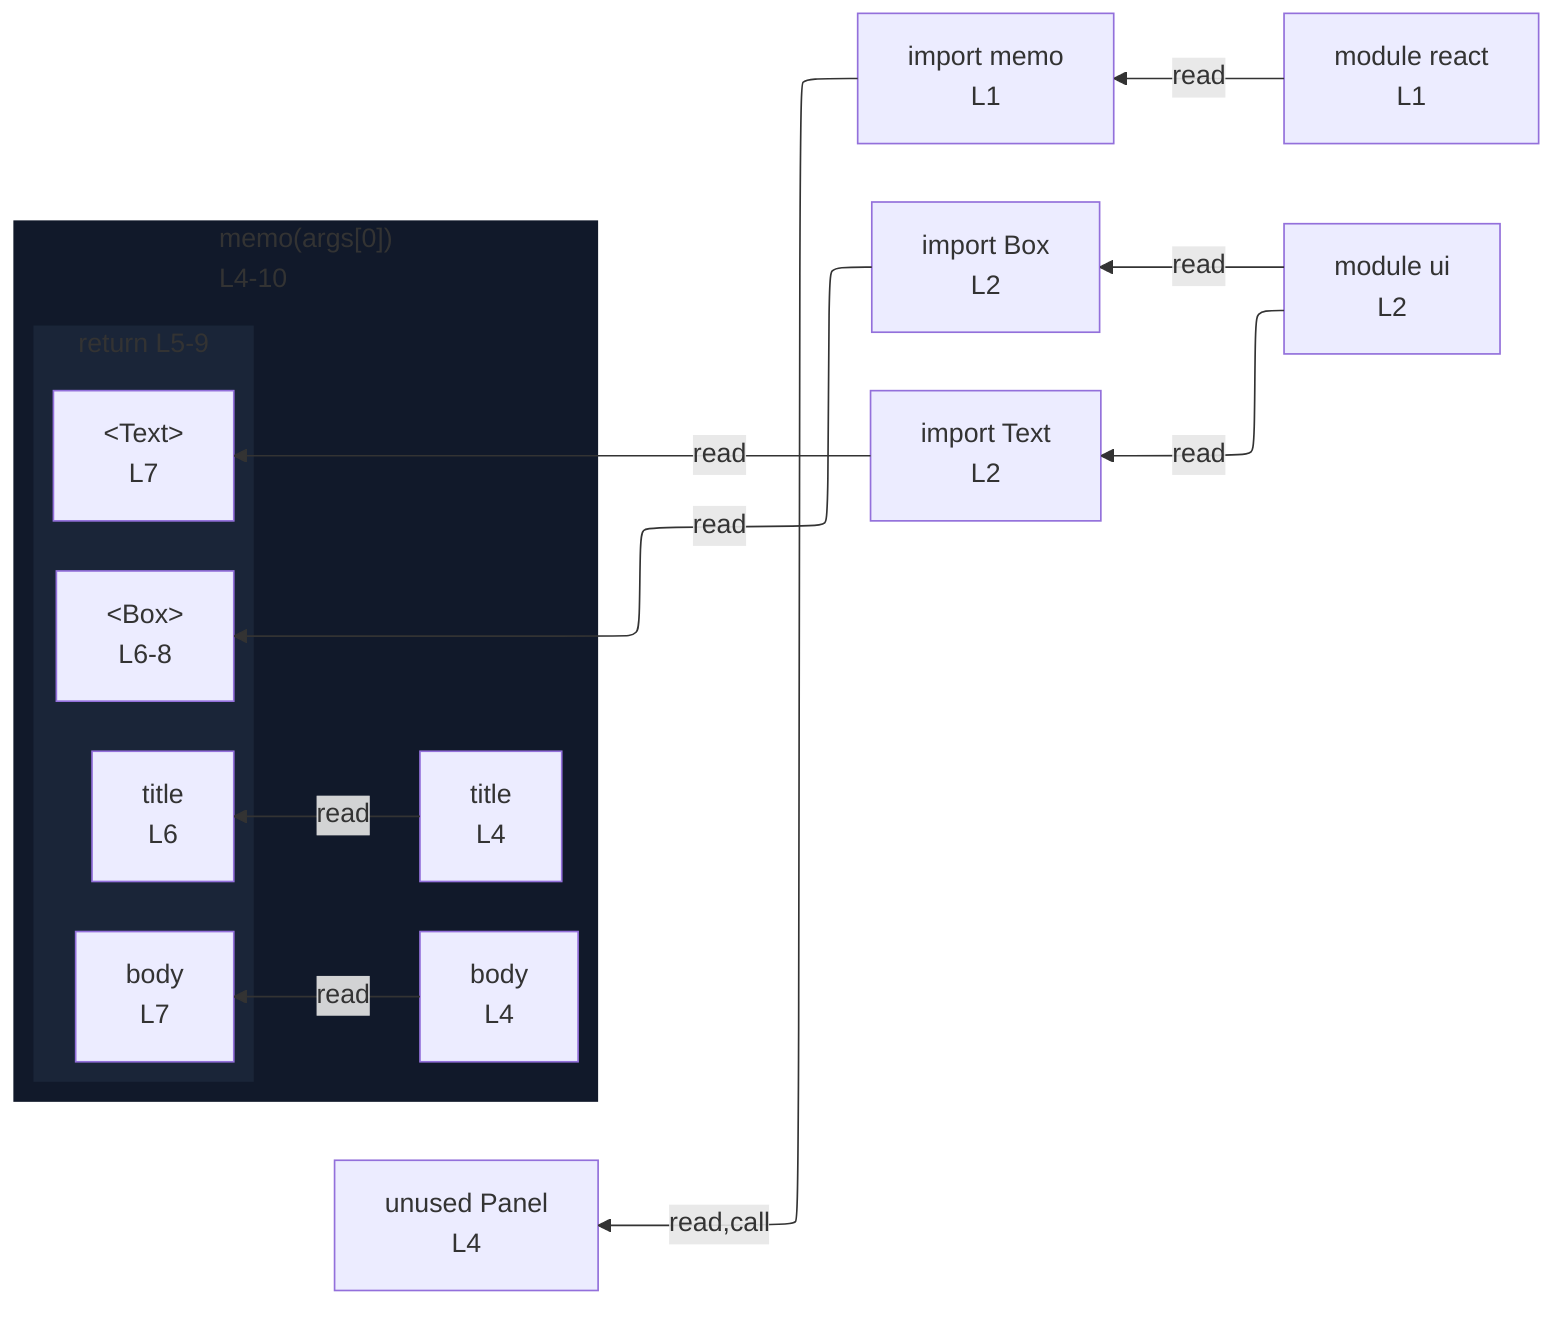
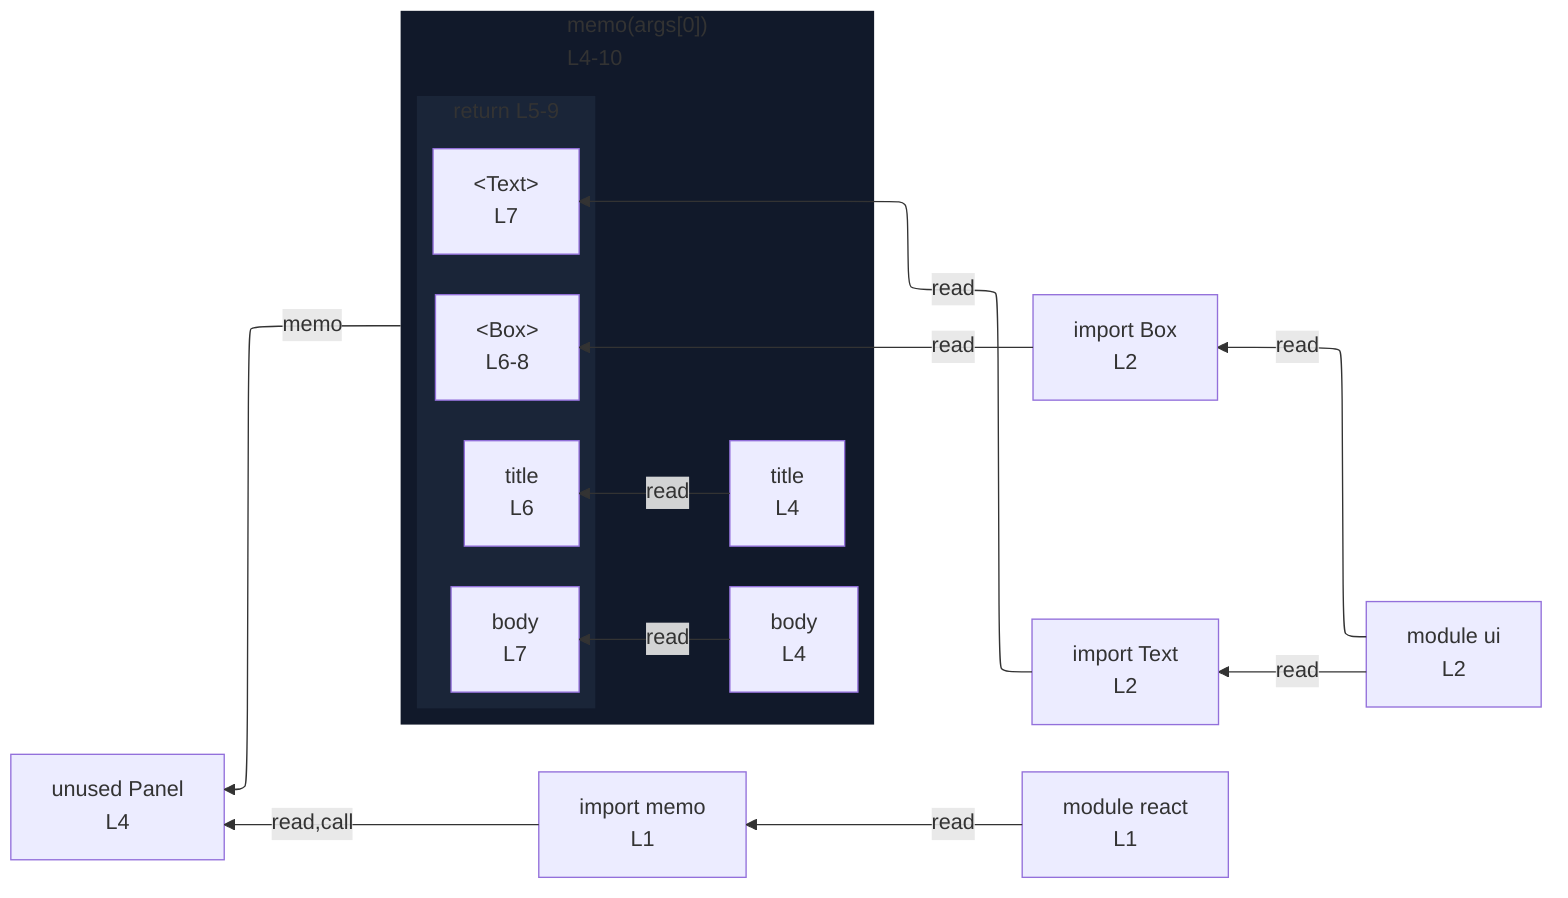
%%{init: {"flowchart": {"defaultRenderer": "elk"}}}%%
flowchart RL
  n_scope_0_memo_9["import memo<br/>L1"]
  n_scope_0_Box_39["import Box<br/>L2"]
  n_scope_0_Text_44["import Text<br/>L2"]
  n_scope_0_Panel_76["unused Panel<br/>L4"]
  subgraph s_scope_1["memo(args[0])<br/>L4-10"]
    direction RL
    n_scope_1_title_90["title<br/>L4"]
    n_scope_1_body_105["body<br/>L4"]
    subgraph s_return_scope_1_126_200["return L5-9"]
      direction RL
      ret_use_ref_2["&lt;Box&gt;<br/>L6-8"]
      ret_use_ref_3["title<br/>L6"]
      ret_use_ref_4["&lt;Text&gt;<br/>L7"]
      ret_use_ref_5["body<br/>L7"]
    end
  end
  n_scope_0_memo_9 -->|read,call| n_scope_0_Panel_76
  n_scope_0_Box_39 -->|read| ret_use_ref_2
  n_scope_1_title_90 -->|read| ret_use_ref_3
  n_scope_0_Text_44 -->|read| ret_use_ref_4
  n_scope_1_body_105 -->|read| ret_use_ref_5
+   s_scope_1 -->|memo| n_scope_0_Panel_76
  mod_react["module react<br/>L1"]
  mod_ui["module ui<br/>L2"]
  mod_react -->|read| n_scope_0_memo_9
  mod_ui -->|read| n_scope_0_Box_39
  mod_ui -->|read| n_scope_0_Text_44
  classDef nestL1 fill:#11192a,stroke:transparent;
  class s_scope_1 nestL1;
  classDef nestL2 fill:#1a2538,stroke:transparent;
  class s_return_scope_1_126_200 nestL2;
